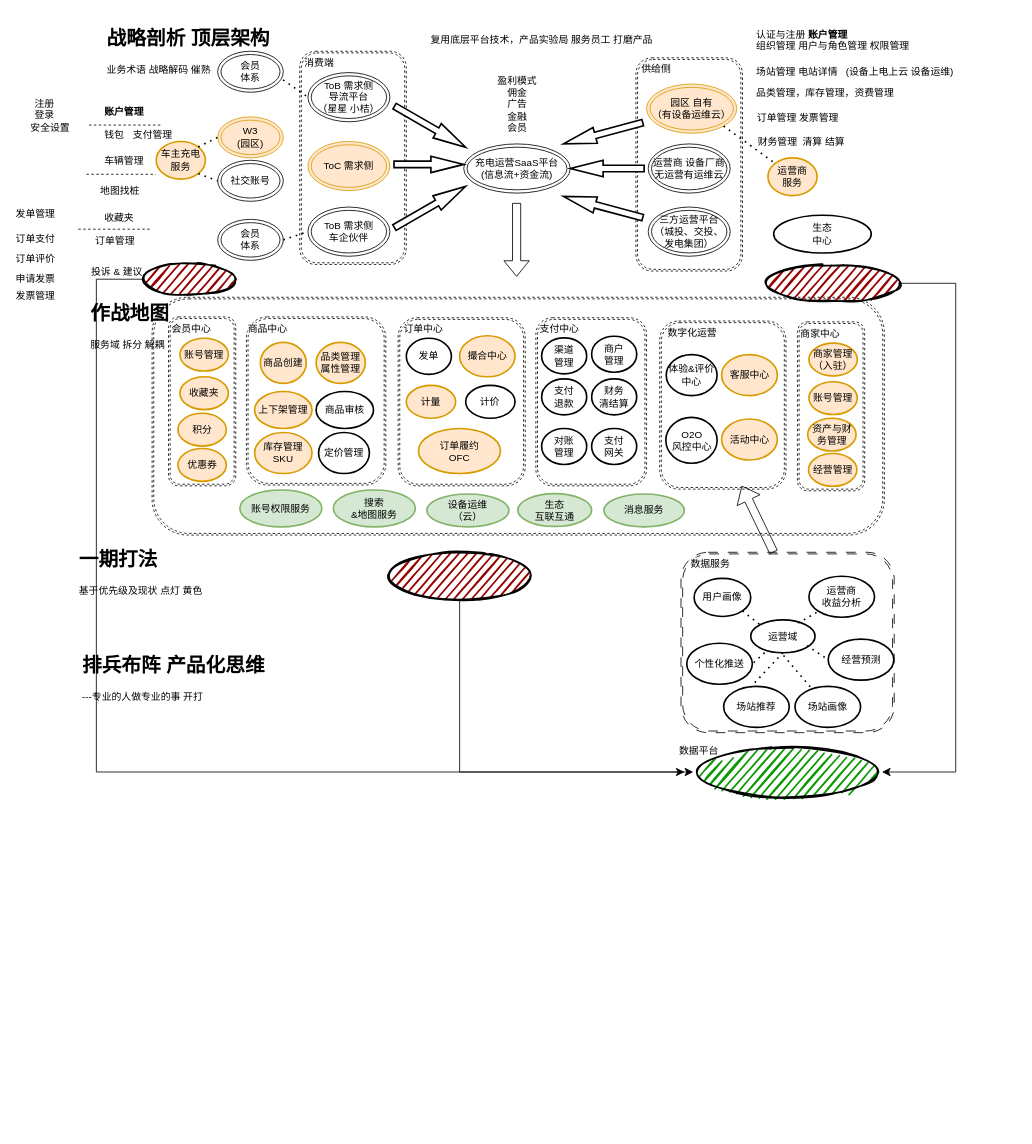
This is page "第 2 页" (1 of 2) of OO.drawio from numenshane/draw.io, a draw.io file, before an edit. Source tidied: cells renumbered, new cells numbered last; positions are measured from the earlier drawing's top-left corner, leaving out a move shared by most shapes. Both pictures are drawn from the tidied source at 82%, with x=0, y=0 at pixel (14, 16).
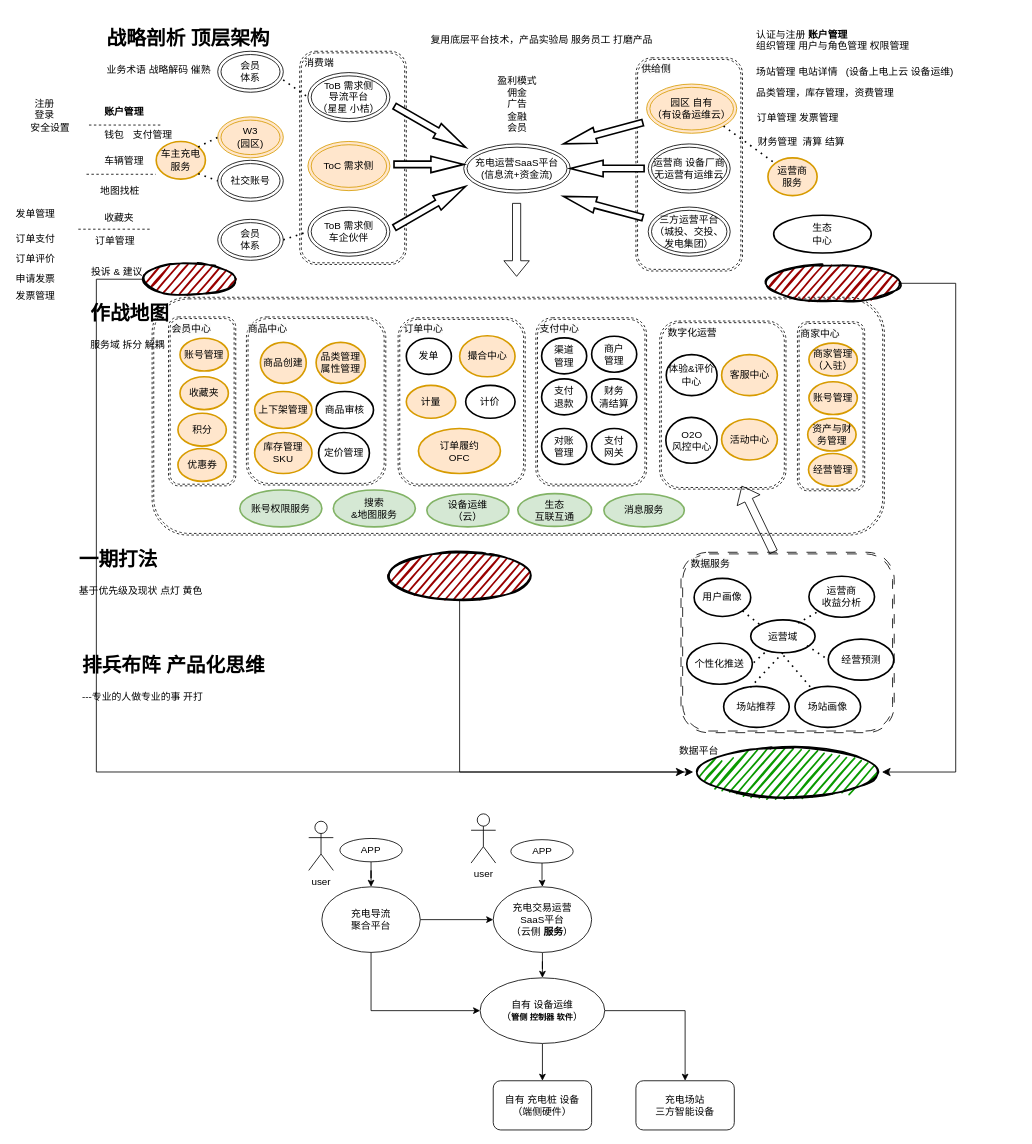
Above is the later version.

What changed in the source:
```diff
@@
+    <mxCell id="135" style="edgeStyle=orthogonalEdgeStyle;rounded=0;jettySize=auto;html=1;" parent="1" edge="1" source="137" target="149">
+      <mxGeometry relative="1" as="geometry" />
+    </mxCell>
+    <mxCell id="136" style="edgeStyle=orthogonalEdgeStyle;rounded=0;jettySize=auto;html=1;entryX=0.5;entryY=0;entryDx=0;entryDy=0;" parent="1" edge="1" source="137" target="150">
+      <mxGeometry relative="1" as="geometry" />
+    </mxCell>
+    <mxCell id="137" value="自有 设备运维&lt;br&gt;（&lt;b&gt;&lt;font style=&quot;font-size: 10px;&quot;&gt;管侧 控制器 软件&lt;/font&gt;&lt;/b&gt;）" style="ellipse;whiteSpace=wrap;html=1;" parent="1" vertex="1">
+      <mxGeometry x="568" y="1172" width="152" height="80" as="geometry" />
+    </mxCell>
+    <mxCell id="138" style="edgeStyle=orthogonalEdgeStyle;rounded=0;jettySize=auto;html=1;" parent="1" edge="1" source="139" target="137">
+      <mxGeometry relative="1" as="geometry" />
+    </mxCell>
+    <mxCell id="139" value="充电交易运营&lt;br&gt;SaaS平台&lt;br&gt;（云侧&amp;nbsp;&lt;b&gt;服务&lt;/b&gt;）" style="ellipse;whiteSpace=wrap;html=1;" parent="1" vertex="1">
+      <mxGeometry x="584" y="1061" width="120" height="80" as="geometry" />
+    </mxCell>
+    <mxCell id="140" style="edgeStyle=orthogonalEdgeStyle;rounded=0;jettySize=auto;html=1;entryX=0;entryY=0.5;entryDx=0;entryDy=0;exitX=0.5;exitY=1;exitDx=0;exitDy=0;" parent="1" edge="1" source="142" target="137">
+      <mxGeometry relative="1" as="geometry" />
+    </mxCell>
+    <mxCell id="141" style="edgeStyle=orthogonalEdgeStyle;rounded=0;jettySize=auto;html=1;entryX=0;entryY=0.5;entryDx=0;entryDy=0;" parent="1" edge="1" source="142" target="139">
+      <mxGeometry relative="1" as="geometry" />
+    </mxCell>
+    <mxCell id="142" value="充电导流&lt;br&gt;聚合平台" style="ellipse;whiteSpace=wrap;html=1;" parent="1" vertex="1">
+      <mxGeometry x="375" y="1061" width="120" height="80" as="geometry" />
+    </mxCell>
+    <mxCell id="143" value="user" style="shape=umlActor;verticalLabelPosition=bottom;verticalAlign=top;html=1;" parent="1" vertex="1">
+      <mxGeometry x="359" y="981" width="30" height="60" as="geometry" />
+    </mxCell>
+    <mxCell id="144" value="user" style="shape=umlActor;verticalLabelPosition=bottom;verticalAlign=top;html=1;" parent="1" vertex="1">
+      <mxGeometry x="557" y="972" width="30" height="60" as="geometry" />
+    </mxCell>
+    <mxCell id="145" style="edgeStyle=orthogonalEdgeStyle;rounded=0;jettySize=auto;html=1;" parent="1" edge="1" source="146" target="142">
+      <mxGeometry relative="1" as="geometry" />
+    </mxCell>
+    <mxCell id="146" value="APP" style="ellipse;whiteSpace=wrap;html=1;" parent="1" vertex="1">
+      <mxGeometry x="397" y="1002" width="76" height="28.5" as="geometry" />
+    </mxCell>
+    <mxCell id="147" style="edgeStyle=orthogonalEdgeStyle;rounded=0;jettySize=auto;html=1;" parent="1" edge="1" source="148" target="139">
+      <mxGeometry relative="1" as="geometry" />
+    </mxCell>
+    <mxCell id="148" value="APP" style="ellipse;whiteSpace=wrap;html=1;" parent="1" vertex="1">
+      <mxGeometry x="605.5" y="1003.5" width="76" height="28.5" as="geometry" />
+    </mxCell>
+    <mxCell id="149" value="自有 充电桩 设备&lt;br style=&quot;border-color: var(--border-color);&quot;&gt;（端侧硬件）" style="rounded=1;whiteSpace=wrap;html=1;" parent="1" vertex="1">
+      <mxGeometry x="584" y="1297.5" width="120" height="60" as="geometry" />
+    </mxCell>
+    <mxCell id="150" value="充电场站&lt;br style=&quot;border-color: var(--border-color);&quot;&gt;三方智能设备" style="rounded=1;whiteSpace=wrap;html=1;" parent="1" vertex="1">
+      <mxGeometry x="758" y="1297.5" width="120" height="60" as="geometry" />
+    </mxCell>
```
